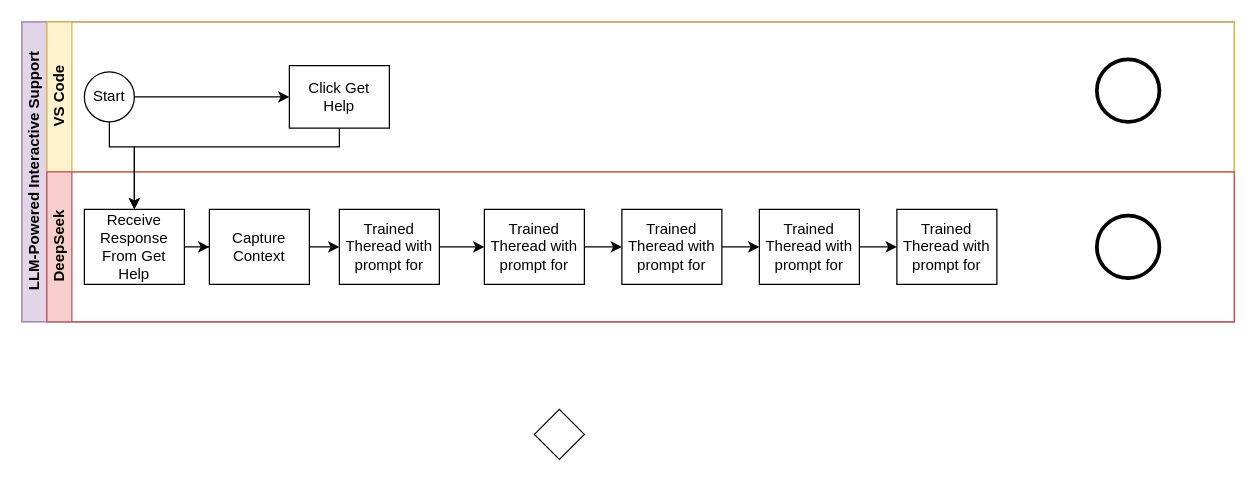
The draw.io diagram Untitled Diagram.drawio in rajandasguptaml/APEX---BPMN-Diagram, before the edit. Source tidied: cells renumbered, new cells numbered last; positions are measured from the earlier drawing's top-left corner, leaving out a move shared by most shapes. Both pictures are drawn from the tidied source at 125%, with x=0, y=0 at pixel (21, 21).
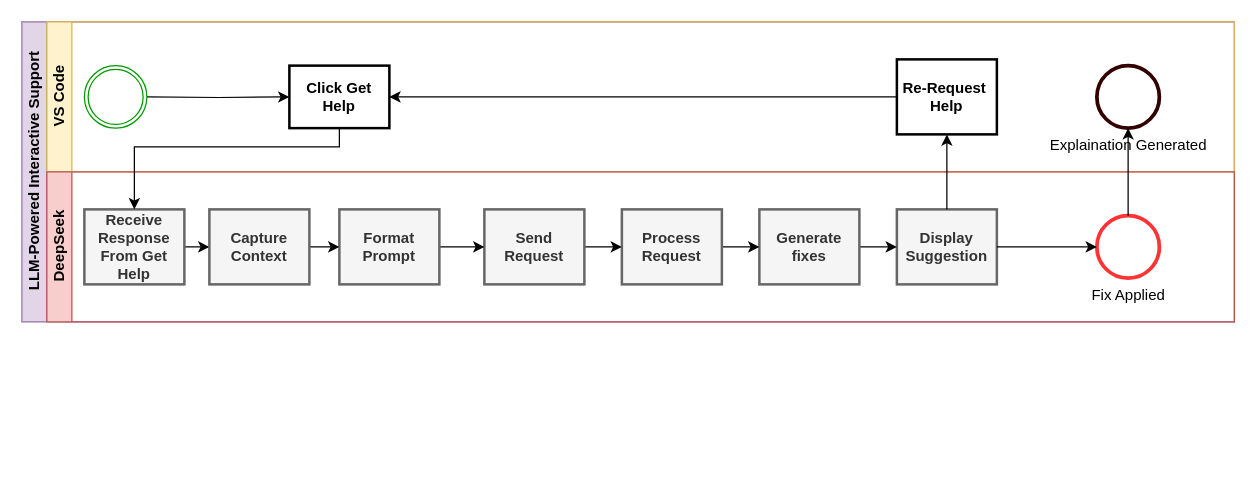
The same page after the edit.

The change refers to these unchanged cells:
```xml
<mxCell id="2" value="LLM-Powered Interactive Support" style="swimlane;html=1;horizontal=0;startSize=20;fillColor=#e1d5e7;strokeColor=#9673a6;" parent="1" vertex="1">
  <mxGeometry width="970" height="240" as="geometry" />
</mxCell>
<mxCell id="3" value="VS Code" style="swimlane;html=1;startSize=20;horizontal=0;fillColor=#fff2cc;strokeColor=#d6b656;" parent="2" vertex="1">
  <mxGeometry x="20" width="950" height="120" as="geometry" />
</mxCell>
<mxCell id="8" value="DeepSeek" style="swimlane;html=1;startSize=20;horizontal=0;fillColor=#f8cecc;strokeColor=#b85450;" parent="2" vertex="1">
  <mxGeometry x="20" y="120" width="950" height="120" as="geometry" />
</mxCell>
```

Change to the diagram source:
```diff
@@
-    <mxCell id="4" value="Click Get&lt;div&gt;Help&lt;/div&gt;" style="rounded=0;whiteSpace=wrap;html=1;fontFamily=Helvetica;fontSize=12;fontColor=#000000;align=center;" parent="3" vertex="1">
+    <mxCell id="4" value="&lt;b&gt;Click Get&lt;/b&gt;&lt;div&gt;&lt;b&gt;Help&lt;/b&gt;&lt;/div&gt;" style="rounded=0;whiteSpace=wrap;html=1;fontFamily=Helvetica;fontSize=12;fontColor=#000000;align=center;strokeWidth=2;" parent="3" vertex="1">
       <mxGeometry x="194" y="35" width="80" height="50" as="geometry" />
     </mxCell>
-    <mxCell id="5" style="edgeStyle=orthogonalEdgeStyle;rounded=0;jettySize=auto;html=1;exitX=1;exitY=0.5;exitDx=0;exitDy=0;entryX=0;entryY=0.5;entryDx=0;entryDy=0;" parent="3" edge="1" source="6" target="4">
-      <mxGeometry relative="1" as="geometry" />
+    <mxCell id="5" style="edgeStyle=orthogonalEdgeStyle;rounded=0;jettySize=auto;html=1;exitX=1;exitY=0.5;exitDx=0;exitDy=0;entryX=0;entryY=0.5;entryDx=0;entryDy=0;" parent="3" edge="1" target="4">
+      <mxGeometry relative="1" as="geometry">
+        <mxPoint x="80" y="60" as="sourcePoint" />
+      </mxGeometry>
     </mxCell>
-    <mxCell id="6" value="Start" style="ellipse;whiteSpace=wrap;html=1;" parent="3" vertex="1">
-      <mxGeometry x="30" y="40" width="40" height="40" as="geometry" />
-    </mxCell>
-    <mxCell id="7" style="points=[[0.145,0.145,0],[0.5,0,0],[0.855,0.145,0],[1,0.5,0],[0.855,0.855,0],[0.5,1,0],[0.145,0.855,0],[0,0.5,0]];shape=mxgraph.bpmn.event;html=1;verticalLabelPosition=bottom;labelBackgroundColor=#ffffff;verticalAlign=top;align=center;perimeter=ellipsePerimeter;outlineConnect=0;outline=end;symbol=terminate2;" parent="3" vertex="1">
-      <mxGeometry x="840" y="30" width="50" height="50" as="geometry" />
+    <mxCell id="7" value="Explaination Generated" style="points=[[0.145,0.145,0],[0.5,0,0],[0.855,0.145,0],[1,0.5,0],[0.855,0.855,0],[0.5,1,0],[0.145,0.855,0],[0,0.5,0]];shape=mxgraph.bpmn.event;html=1;verticalLabelPosition=bottom;labelBackgroundColor=#ffffff;verticalAlign=top;align=center;perimeter=ellipsePerimeter;outlineConnect=0;outline=end;symbol=terminate2;strokeColor=light-dark(#330000,#EDEDED);" parent="3" vertex="1">
+      <mxGeometry x="840" y="35" width="50" height="50" as="geometry" />
     </mxCell>
+    <mxCell id="26" style="shape=mxgraph.bpmn.event;html=1;verticalLabelPosition=bottom;labelBackgroundColor=#ffffff;verticalAlign=top;align=center;perimeter=ellipsePerimeter;outline=throwing;symbol=general;strokeColor=#009900;" parent="3" vertex="1">
+      <mxGeometry x="30" y="35" width="50" height="50" as="geometry" />
+    </mxCell>
+    <mxCell id="27" style="edgeStyle=orthogonalEdgeStyle;rounded=0;jettySize=auto;html=1;entryX=1;entryY=0.5;entryDx=0;entryDy=0;" parent="3" edge="1" source="28" target="4">
+      <mxGeometry relative="1" as="geometry" />
+    </mxCell>
+    <mxCell id="28" value="&lt;b&gt;Re-Request&amp;nbsp;&lt;/b&gt;&lt;div&gt;&lt;b&gt;Help&lt;/b&gt;&lt;/div&gt;" style="rounded=0;whiteSpace=wrap;html=1;fontFamily=Helvetica;fontSize=12;fontColor=#000000;align=center;strokeWidth=2;" parent="3" vertex="1">
+      <mxGeometry x="680" y="30" width="80" height="60" as="geometry" />
+    </mxCell>
@@
-    <mxCell id="10" value="Receive Response From Get Help" style="rounded=0;whiteSpace=wrap;html=1;fontFamily=Helvetica;fontSize=12;fontColor=#000000;align=center;" parent="8" vertex="1">
+    <mxCell id="10" value="&lt;b&gt;Receive Response From Get Help&lt;/b&gt;" style="rounded=0;whiteSpace=wrap;html=1;fontFamily=Helvetica;fontSize=12;fontColor=#333333;align=center;fillColor=#f5f5f5;strokeColor=#666666;strokeWidth=2;" parent="8" vertex="1">
       <mxGeometry x="30" y="30" width="80" height="60" as="geometry" />
     </mxCell>
-    <mxCell id="11" value="Trained Theread with prompt for" style="rounded=0;whiteSpace=wrap;html=1;fontFamily=Helvetica;fontSize=12;fontColor=#000000;align=center;" parent="8" vertex="1">
+    <mxCell id="11" value="&lt;b&gt;Display Suggestion&lt;/b&gt;" style="rounded=0;whiteSpace=wrap;html=1;fontFamily=Helvetica;fontSize=12;fontColor=#333333;align=center;fillColor=#f5f5f5;strokeColor=#666666;strokeWidth=2;" parent="8" vertex="1">
       <mxGeometry x="680" y="30" width="80" height="60" as="geometry" />
     </mxCell>
@@
-    <mxCell id="13" value="Trained Theread with prompt for" style="rounded=0;whiteSpace=wrap;html=1;fontFamily=Helvetica;fontSize=12;fontColor=#000000;align=center;" parent="8" vertex="1">
+    <mxCell id="13" value="&lt;div&gt;&lt;b&gt;Generate fixes&lt;/b&gt;&lt;/div&gt;" style="rounded=0;whiteSpace=wrap;html=1;fontFamily=Helvetica;fontSize=12;fontColor=#333333;align=center;fillColor=#f5f5f5;strokeColor=#666666;strokeWidth=2;" parent="8" vertex="1">
       <mxGeometry x="570" y="30" width="80" height="60" as="geometry" />
     </mxCell>
@@
-    <mxCell id="15" value="Trained Theread with prompt for" style="rounded=0;whiteSpace=wrap;html=1;fontFamily=Helvetica;fontSize=12;fontColor=#000000;align=center;" parent="8" vertex="1">
+    <mxCell id="15" value="&lt;div&gt;&lt;b&gt;Process Request&lt;/b&gt;&lt;/div&gt;" style="rounded=0;whiteSpace=wrap;html=1;fontFamily=Helvetica;fontSize=12;fontColor=#333333;align=center;fillColor=#f5f5f5;strokeColor=#666666;strokeWidth=2;" parent="8" vertex="1">
       <mxGeometry x="460" y="30" width="80" height="60" as="geometry" />
     </mxCell>
@@
-    <mxCell id="17" value="Trained Theread with prompt for" style="rounded=0;whiteSpace=wrap;html=1;fontFamily=Helvetica;fontSize=12;fontColor=#000000;align=center;" parent="8" vertex="1">
+    <mxCell id="17" value="&lt;div&gt;&lt;b&gt;Send Request&lt;/b&gt;&lt;/div&gt;" style="rounded=0;whiteSpace=wrap;html=1;fontFamily=Helvetica;fontSize=12;fontColor=#333333;align=center;fillColor=#f5f5f5;strokeColor=#666666;strokeWidth=2;" parent="8" vertex="1">
       <mxGeometry x="350" y="30" width="80" height="60" as="geometry" />
     </mxCell>
@@
-    <mxCell id="19" value="Trained Theread with prompt for" style="rounded=0;whiteSpace=wrap;html=1;fontFamily=Helvetica;fontSize=12;fontColor=#000000;align=center;" parent="8" vertex="1">
+    <mxCell id="19" value="&lt;div&gt;&lt;b&gt;Format Prompt&lt;/b&gt;&lt;/div&gt;" style="rounded=0;whiteSpace=wrap;html=1;fontFamily=Helvetica;fontSize=12;fontColor=#333333;align=center;fillColor=#f5f5f5;strokeColor=#666666;strokeWidth=2;" parent="8" vertex="1">
       <mxGeometry x="234" y="30" width="80" height="60" as="geometry" />
     </mxCell>
@@
-    <mxCell id="21" value="&lt;div&gt;Capture Context&lt;/div&gt;" style="rounded=0;whiteSpace=wrap;html=1;fontFamily=Helvetica;fontSize=12;fontColor=#000000;align=center;" parent="8" vertex="1">
+    <mxCell id="21" value="&lt;div&gt;&lt;b&gt;Capture Context&lt;/b&gt;&lt;/div&gt;" style="rounded=0;whiteSpace=wrap;html=1;fontFamily=Helvetica;fontSize=12;fontColor=#333333;align=center;fillColor=#f5f5f5;strokeColor=#666666;strokeWidth=2;" parent="8" vertex="1">
       <mxGeometry x="130" y="30" width="80" height="60" as="geometry" />
     </mxCell>
-    <mxCell id="22" style="points=[[0.145,0.145,0],[0.5,0,0],[0.855,0.145,0],[1,0.5,0],[0.855,0.855,0],[0.5,1,0],[0.145,0.855,0],[0,0.5,0]];shape=mxgraph.bpmn.event;html=1;verticalLabelPosition=bottom;labelBackgroundColor=#ffffff;verticalAlign=top;align=center;perimeter=ellipsePerimeter;outlineConnect=0;outline=end;symbol=terminate2;" parent="8" vertex="1">
+    <mxCell id="22" value="Fix Applied" style="points=[[0.145,0.145,0],[0.5,0,0],[0.855,0.145,0],[1,0.5,0],[0.855,0.855,0],[0.5,1,0],[0.145,0.855,0],[0,0.5,0]];shape=mxgraph.bpmn.event;html=1;verticalLabelPosition=bottom;labelBackgroundColor=#ffffff;verticalAlign=top;align=center;perimeter=ellipsePerimeter;outlineConnect=0;outline=end;symbol=terminate2;strokeColor=light-dark(#FF3333,#EDEDED);" parent="8" vertex="1">
       <mxGeometry x="840" y="35" width="50" height="50" as="geometry" />
     </mxCell>
-    <mxCell id="23" style="edgeStyle=orthogonalEdgeStyle;rounded=0;jettySize=auto;html=1;exitX=0.5;exitY=1;exitDx=0;exitDy=0;entryX=0.5;entryY=0;entryDx=0;entryDy=0;" parent="2" edge="1" source="6" target="10">
-      <mxGeometry relative="1" as="geometry">
-        <Array as="points">
-          <mxPoint x="70" y="100" />
-          <mxPoint x="90" y="100" />
-        </Array>
-      </mxGeometry>
-    </mxCell>
+    <mxCell id="29" style="edgeStyle=orthogonalEdgeStyle;rounded=0;jettySize=auto;html=1;entryX=0;entryY=0.5;entryDx=0;entryDy=0;entryPerimeter=0;" parent="8" edge="1" source="11" target="22">
+      <mxGeometry relative="1" as="geometry" />
+    </mxCell>
@@
-    <mxCell id="25" style="rhombus;whiteSpace=wrap;html=1;" parent="1" vertex="1">
-      <mxGeometry x="410" y="310" width="40" height="40" as="geometry" />
-    </mxCell>
+    <mxCell id="30" style="edgeStyle=orthogonalEdgeStyle;rounded=0;jettySize=auto;html=1;entryX=0.5;entryY=1;entryDx=0;entryDy=0;" parent="2" edge="1" source="11" target="28">
+      <mxGeometry relative="1" as="geometry" />
+    </mxCell>
+    <mxCell id="31" style="edgeStyle=orthogonalEdgeStyle;rounded=0;jettySize=auto;html=1;entryX=0.5;entryY=1;entryDx=0;entryDy=0;entryPerimeter=0;" parent="2" edge="1" source="22" target="7">
+      <mxGeometry relative="1" as="geometry" />
+    </mxCell>
```
